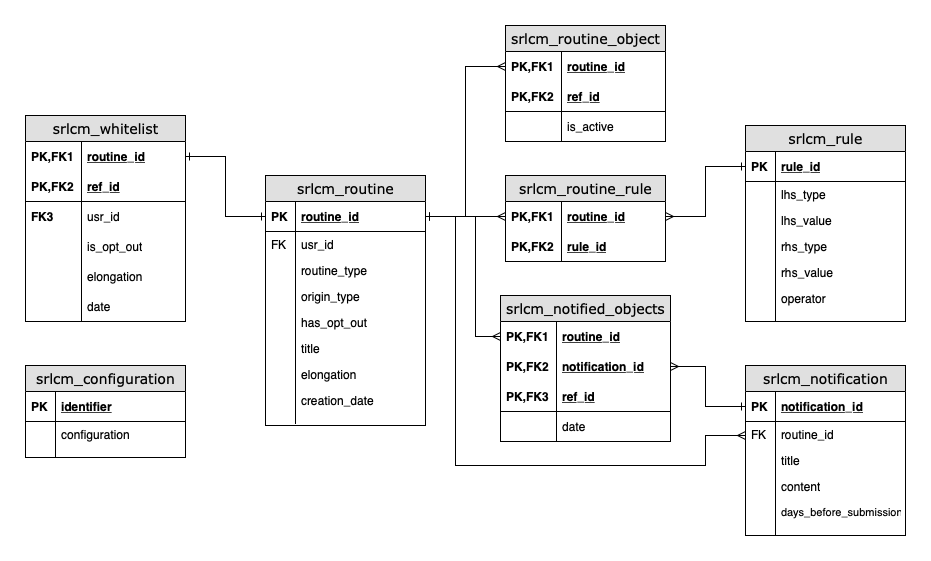
Above: docs/ERD.drawio.png in srsolutionsag/SrLifeCycleManager (draw.io), before the change. Source tidied: cells renumbered, new cells last; positions are measured from the earlier drawing's top-left corner, leaving out a move shared by most shapes.
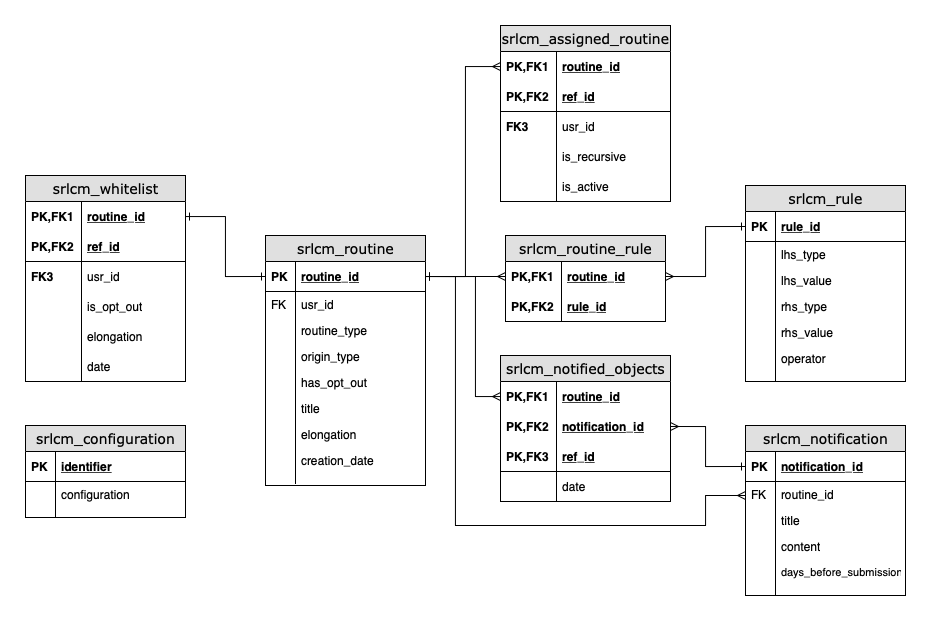
After the commit.

The edit, as a diff of the source:
```diff
@@ -282,23 +282,35 @@
         </Array>
       </mxGeometry>
     </mxCell>
-    <mxCell id="89" value="srlcm_routine_object" style="swimlane;html=1;fontStyle=0;horizontal=1;startSize=26;fillColor=#e0e0e0;swimlaneFillColor=#ffffff;align=center;rounded=0;shadow=0;comic=0;labelBackgroundColor=none;strokeWidth=1;fontFamily=Verdana;fontSize=14;" parent="1" vertex="1">
-      <mxGeometry x="480" width="160" height="116" as="geometry" />
+    <mxCell id="89" value="srlcm_assigned_routine" style="swimlane;html=1;fontStyle=0;horizontal=1;startSize=26;fillColor=#e0e0e0;swimlaneFillColor=#ffffff;align=center;rounded=0;shadow=0;comic=0;labelBackgroundColor=none;strokeWidth=1;fontFamily=Verdana;fontSize=14;" parent="1" vertex="1">
+      <mxGeometry x="475" y="-60" width="170" height="176" as="geometry" />
     </mxCell>
     <mxCell id="90" value="routine_id" style="shape=partialRectangle;top=0;left=0;right=0;bottom=0;html=1;align=left;verticalAlign=middle;fillColor=none;spacingLeft=60;spacingRight=4;whiteSpace=wrap;overflow=hidden;points=[[0,0.5],[1,0.5]];portConstraint=eastwest;fontStyle=5;" parent="89" vertex="1">
-      <mxGeometry y="26" width="160" height="30" as="geometry" />
+      <mxGeometry y="26" width="170" height="30" as="geometry" />
     </mxCell>
     <mxCell id="91" value="PK,FK1" style="shape=partialRectangle;fontStyle=1;top=0;left=0;bottom=0;html=1;fillColor=none;align=left;verticalAlign=middle;spacingLeft=4;spacingRight=4;whiteSpace=wrap;overflow=hidden;" parent="90" vertex="1">
       <mxGeometry width="56" height="30" as="geometry" />
     </mxCell>
     <mxCell id="92" value="ref_id" style="shape=partialRectangle;top=0;left=0;right=0;bottom=1;html=1;align=left;verticalAlign=middle;fillColor=none;spacingLeft=60;spacingRight=4;whiteSpace=wrap;overflow=hidden;fontStyle=5;" parent="89" vertex="1">
-      <mxGeometry y="56" width="160" height="30" as="geometry" />
+      <mxGeometry y="56" width="170" height="30" as="geometry" />
     </mxCell>
     <mxCell id="93" value="PK,FK2" style="shape=partialRectangle;fontStyle=1;top=0;left=0;bottom=0;html=1;fillColor=none;align=left;verticalAlign=middle;spacingLeft=4;spacingRight=4;whiteSpace=wrap;overflow=hidden;" parent="92" vertex="1">
       <mxGeometry width="56" height="30" as="geometry" />
     </mxCell>
+    <mxCell id="97" value="usr_id" style="shape=partialRectangle;top=0;left=0;right=0;bottom=1;html=1;align=left;verticalAlign=middle;fillColor=none;spacingLeft=60;spacingRight=4;whiteSpace=wrap;overflow=hidden;fontStyle=0;strokeColor=none;" parent="89" vertex="1">
+      <mxGeometry y="86" width="170" height="30" as="geometry" />
+    </mxCell>
+    <mxCell id="98" value="FK3" style="shape=partialRectangle;fontStyle=1;top=0;left=0;bottom=0;html=1;fillColor=none;align=left;verticalAlign=middle;spacingLeft=4;spacingRight=4;whiteSpace=wrap;overflow=hidden;" parent="97" vertex="1">
+      <mxGeometry width="56" height="30" as="geometry" />
+    </mxCell>
+    <mxCell id="99" value="is_recursive" style="shape=partialRectangle;top=0;left=0;right=0;bottom=1;html=1;align=left;verticalAlign=middle;fillColor=none;spacingLeft=60;spacingRight=4;whiteSpace=wrap;overflow=hidden;fontStyle=0;strokeColor=none;" parent="89" vertex="1">
+      <mxGeometry y="116" width="170" height="30" as="geometry" />
+    </mxCell>
+    <mxCell id="100" style="shape=partialRectangle;fontStyle=1;top=0;left=0;bottom=0;html=1;fillColor=none;align=left;verticalAlign=middle;spacingLeft=4;spacingRight=4;whiteSpace=wrap;overflow=hidden;" parent="99" vertex="1">
+      <mxGeometry width="56" height="30" as="geometry" />
+    </mxCell>
     <mxCell id="94" value="is_active" style="shape=partialRectangle;top=0;left=0;right=0;bottom=1;html=1;align=left;verticalAlign=middle;fillColor=none;spacingLeft=60;spacingRight=4;whiteSpace=wrap;overflow=hidden;fontStyle=0;strokeColor=none;" parent="89" vertex="1">
-      <mxGeometry y="86" width="160" height="30" as="geometry" />
+      <mxGeometry y="146" width="170" height="30" as="geometry" />
     </mxCell>
     <mxCell id="95" style="shape=partialRectangle;fontStyle=1;top=0;left=0;bottom=0;html=1;fillColor=none;align=left;verticalAlign=middle;spacingLeft=4;spacingRight=4;whiteSpace=wrap;overflow=hidden;" parent="94" vertex="1">
       <mxGeometry width="56" height="30" as="geometry" />
@@ -307,7 +319,7 @@
       <mxGeometry relative="1" as="geometry">
         <Array as="points">
           <mxPoint x="440" y="191" />
-          <mxPoint x="440" y="41" />
+          <mxPoint x="440" y="-19" />
         </Array>
       </mxGeometry>
     </mxCell>
```
